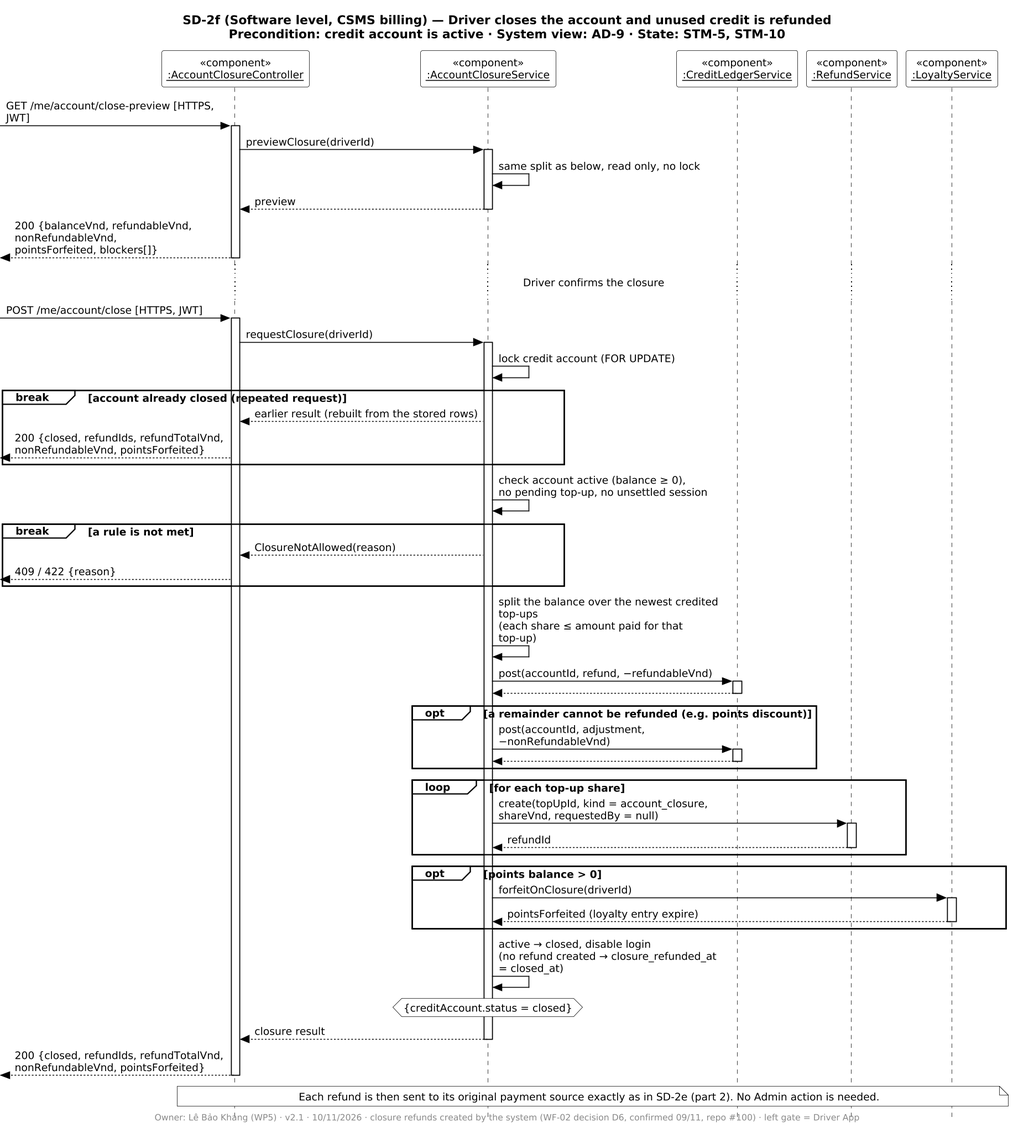
Above: diagrams/report4/sequence/SD-2f/SD-2f.png in PowerMeApp/powerme (PlantUML), before the change.
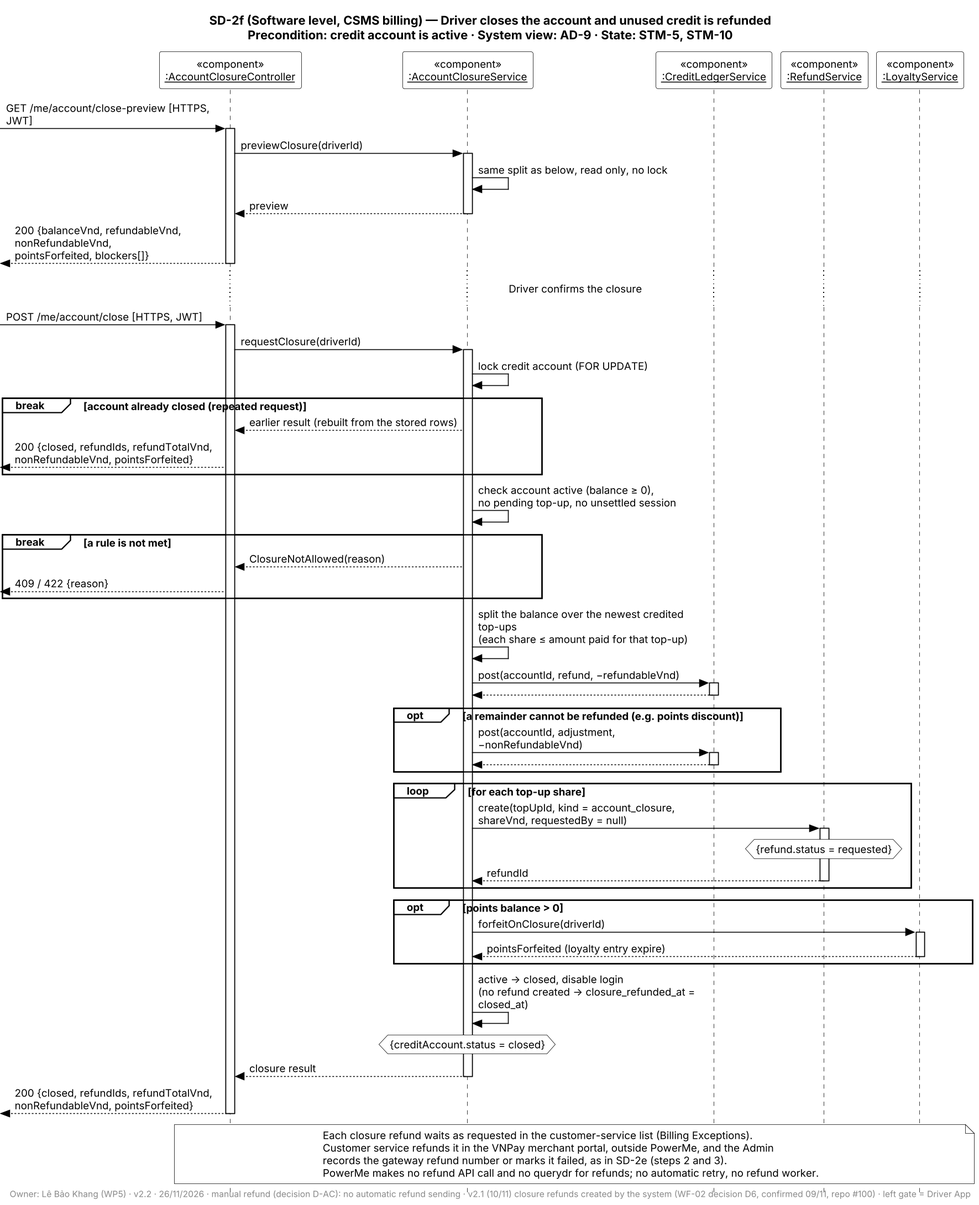
After the commit.

The edit, as a diff of the source:
```diff
@@ -1,7 +1,7 @@
 @startuml SD-2f
 !include ../_style.iuml
 title SD-2f (Software level, CSMS billing) — Driver closes the account and unused credit is refunded\nPrecondition: credit account is active · System view: AD-9 · State: STM-5, STM-10
-footer Owner: Lê Bảo Khang (WP5) · v2.1 · 10/11/2026 · closure refunds created by the system (WF-02 decision D6, confirmed 09/11, repo #100) · left gate = Driver App
+footer Owner: Lê Bảo Khang (WP5) · v2.2 · 26/11/2026 · manual refund (decision D-AC): no automatic refund sending · v2.1 (10/11) closure refunds created by the system (WF-02 decision D6, confirmed 09/11, repo #100) · left gate = Driver App
 
 participant "«component»\n<u>:AccountClosureController</u>" as AC
 participant "«component»\n<u>:AccountClosureService</u>" as AS
@@ -38,6 +38,7 @@
 end
 loop for each top-up share
   AS -> RS ++ : create(topUpId, kind = account_closure, shareVnd, requestedBy = null)
+  hnote over RS : {refund.status = requested}
   RS --> AS -- : refundId
 end
 opt points balance > 0
@@ -48,5 +49,10 @@
 hnote over AS : {creditAccount.status = closed}
 AS --> AC -- : closure result
 [<-- AC -- : 200 {closed, refundIds, refundTotalVnd,\nnonRefundableVnd, pointsForfeited}
-note over AC, LS : Each refund is then sent to its original payment source exactly as in SD-2e (part 2). No Admin action is needed.
+note over AC, LS
+  Each closure refund waits as requested in the customer-service list (Billing Exceptions).
+  Customer service refunds it in the VNPay merchant portal, outside PowerMe, and the Admin
+  records the gateway refund number or marks it failed, as in SD-2e (steps 2 and 3).
+  PowerMe makes no refund API call and no querydr for refunds; no automatic retry, no refund worker.
+end note
 @enduml
```
